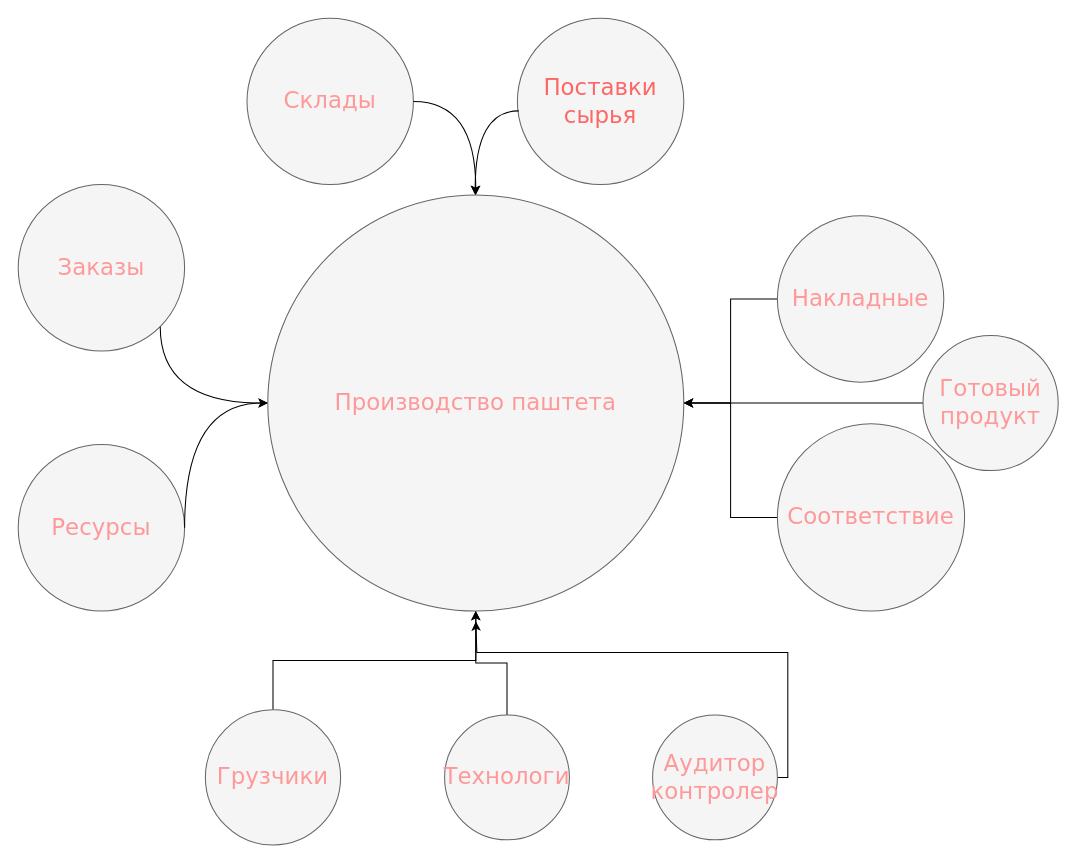
The draw.io diagram Диаграмма без названия.drawio in Yankeegohome/Project, before the edit. Source tidied: cells renumbered, new cells numbered last; positions are measured from the earlier drawing's top-left corner, leaving out a move shared by most shapes. Both pictures are drawn from the tidied source at 104%, with x=0, y=0 at pixel (18, 18).
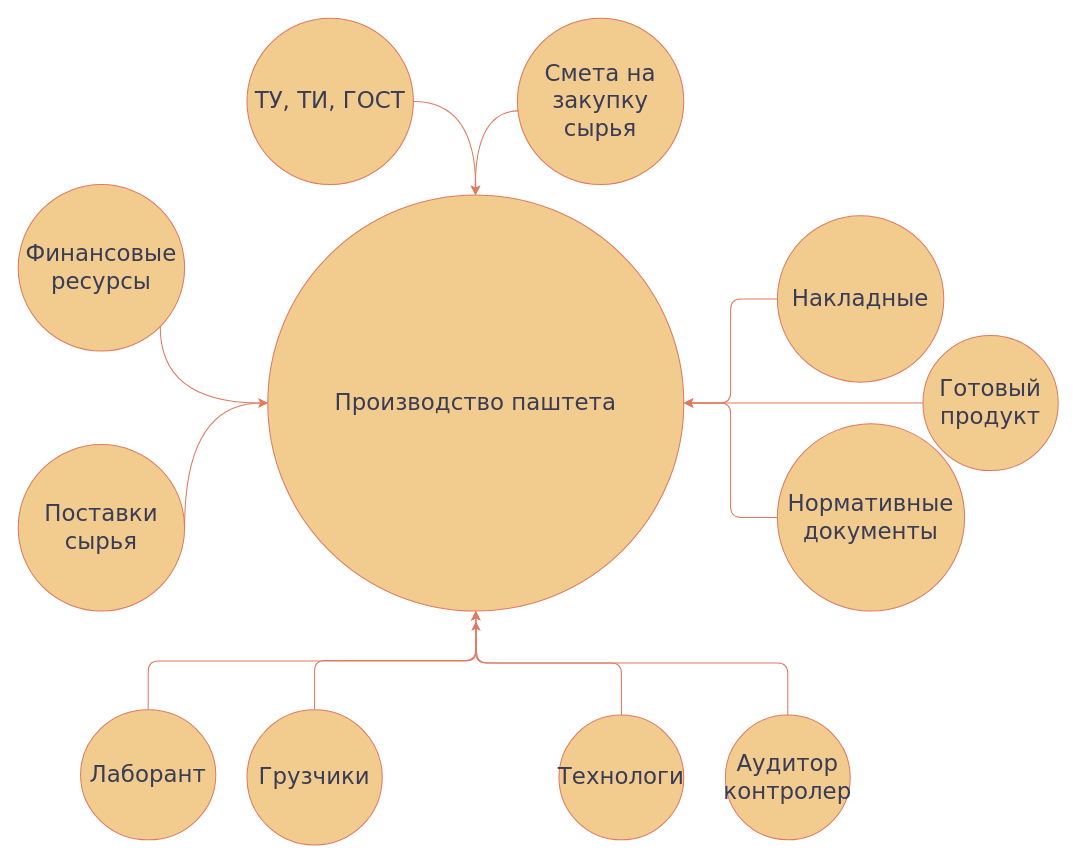
After the change.

What changed in the source:
```diff
@@
-    <mxCell id="2" value="Производство паштета" style="ellipse;whiteSpace=wrap;html=1;rounded=0;shadow=0;dashed=0;comic=0;fontFamily=Verdana;fontSize=22;fontColor=#FF9999;fillColor=#f5f5f5;strokeColor=#666666;" parent="1" vertex="1">
+    <mxCell id="2" value="Производство паштета" style="ellipse;whiteSpace=wrap;html=1;rounded=1;shadow=0;dashed=0;comic=0;fontFamily=Verdana;fontSize=22;fontColor=#393C56;fillColor=#F2CC8F;strokeColor=#E07A5F;labelBackgroundColor=none;" parent="1" vertex="1">
       <mxGeometry x="240" y="170" width="400" height="400" as="geometry" />
     </mxCell>
-    <mxCell id="3" value="Поставки сырья" style="ellipse;whiteSpace=wrap;html=1;rounded=0;shadow=0;dashed=0;comic=0;fontFamily=Verdana;fontSize=22;fontColor=#FF6666;fillColor=#f5f5f5;strokeColor=#666666;" parent="1" vertex="1">
+    <mxCell id="3" value="Смета на закупку сырья" style="ellipse;whiteSpace=wrap;html=1;rounded=1;shadow=0;dashed=0;comic=0;fontFamily=Verdana;fontSize=22;fontColor=#393C56;fillColor=#F2CC8F;strokeColor=#E07A5F;labelBackgroundColor=none;" parent="1" vertex="1">
       <mxGeometry x="480" width="160" height="160" as="geometry" />
     </mxCell>
-    <mxCell id="4" style="edgeStyle=orthogonalEdgeStyle;rounded=0;jettySize=auto;html=1;" parent="1" edge="1" source="5">
+    <mxCell id="4" style="edgeStyle=orthogonalEdgeStyle;rounded=1;jettySize=auto;html=1;labelBackgroundColor=none;strokeColor=#E07A5F;fontColor=default;" parent="1" edge="1" source="5">
       <mxGeometry relative="1" as="geometry">
         <mxPoint x="440" y="580" as="targetPoint" />
         <Array as="points">
-          <mxPoint x="740" y="610" />
-          <mxPoint x="441" y="610" />
+          <mxPoint x="740" y="730" />
+          <mxPoint x="740" y="620" />
+          <mxPoint x="441" y="620" />
           <mxPoint x="441" y="580" />
         </Array>
       </mxGeometry>
     </mxCell>
-    <mxCell id="5" value="Аудитор контролер" style="ellipse;whiteSpace=wrap;html=1;rounded=0;shadow=0;dashed=0;comic=0;fontFamily=Verdana;fontSize=22;fontColor=#FF9999;fillColor=#f5f5f5;strokeColor=#666666;" parent="1" vertex="1">
-      <mxGeometry x="610" y="670" width="120" height="120" as="geometry" />
+    <mxCell id="5" value="Аудитор контролер" style="ellipse;whiteSpace=wrap;html=1;rounded=1;shadow=0;dashed=0;comic=0;fontFamily=Verdana;fontSize=22;fontColor=#393C56;fillColor=#F2CC8F;strokeColor=#E07A5F;labelBackgroundColor=none;" parent="1" vertex="1">
+      <mxGeometry x="680" y="670" width="120" height="120" as="geometry" />
     </mxCell>
-    <mxCell id="6" style="edgeStyle=orthogonalEdgeStyle;rounded=0;jettySize=auto;html=1;" parent="1" edge="1" source="7" target="2">
+    <mxCell id="6" style="edgeStyle=orthogonalEdgeStyle;rounded=1;jettySize=auto;html=1;labelBackgroundColor=none;strokeColor=#E07A5F;fontColor=default;" parent="1" edge="1" source="7" target="2">
       <mxGeometry relative="1" as="geometry" />
     </mxCell>
-    <mxCell id="7" value="Накладные" style="ellipse;whiteSpace=wrap;html=1;rounded=0;shadow=0;dashed=0;comic=0;fontFamily=Verdana;fontSize=22;fontColor=#FF9999;fillColor=#f5f5f5;strokeColor=#666666;" parent="1" vertex="1">
+    <mxCell id="7" value="Накладные" style="ellipse;whiteSpace=wrap;html=1;rounded=1;shadow=0;dashed=0;comic=0;fontFamily=Verdana;fontSize=22;fontColor=#393C56;fillColor=#F2CC8F;strokeColor=#E07A5F;labelBackgroundColor=none;" parent="1" vertex="1">
       <mxGeometry x="730" y="190" width="160" height="160" as="geometry" />
     </mxCell>
-    <mxCell id="8" value="Ресурсы" style="ellipse;whiteSpace=wrap;html=1;rounded=0;shadow=0;dashed=0;comic=0;fontFamily=Verdana;fontSize=22;fontColor=#FF9999;fillColor=#f5f5f5;strokeColor=#666666;" parent="1" vertex="1">
+    <mxCell id="8" value="Поставки сырья" style="ellipse;whiteSpace=wrap;html=1;rounded=1;shadow=0;dashed=0;comic=0;fontFamily=Verdana;fontSize=22;fontColor=#393C56;fillColor=#F2CC8F;strokeColor=#E07A5F;labelBackgroundColor=none;" parent="1" vertex="1">
       <mxGeometry y="410" width="160" height="160" as="geometry" />
     </mxCell>
-    <mxCell id="9" value="Заказы" style="ellipse;whiteSpace=wrap;html=1;rounded=0;shadow=0;dashed=0;comic=0;fontFamily=Verdana;fontSize=22;fontColor=#FF9999;fillColor=#f5f5f5;strokeColor=#666666;" parent="1" vertex="1">
+    <mxCell id="9" value="Финансовые ресурсы" style="ellipse;whiteSpace=wrap;html=1;rounded=1;shadow=0;dashed=0;comic=0;fontFamily=Verdana;fontSize=22;fontColor=#393C56;fillColor=#F2CC8F;strokeColor=#E07A5F;labelBackgroundColor=none;" parent="1" vertex="1">
       <mxGeometry y="160" width="160" height="160" as="geometry" />
     </mxCell>
-    <mxCell id="10" style="edgeStyle=orthogonalEdgeStyle;rounded=0;jettySize=auto;html=1;" parent="1" edge="1" source="11" target="2">
+    <mxCell id="10" style="edgeStyle=orthogonalEdgeStyle;rounded=1;jettySize=auto;html=1;labelBackgroundColor=none;strokeColor=#E07A5F;fontColor=default;" parent="1" edge="1" source="11" target="2">
       <mxGeometry relative="1" as="geometry" />
     </mxCell>
-    <mxCell id="11" value="Соответствие" style="ellipse;whiteSpace=wrap;html=1;rounded=0;shadow=0;dashed=0;comic=0;fontFamily=Verdana;fontSize=22;fontColor=#FF9999;fillColor=#f5f5f5;strokeColor=#666666;" parent="1" vertex="1">
+    <mxCell id="11" value="Нормативные документы" style="ellipse;whiteSpace=wrap;html=1;rounded=1;shadow=0;dashed=0;comic=0;fontFamily=Verdana;fontSize=22;fontColor=#393C56;fillColor=#F2CC8F;strokeColor=#E07A5F;labelBackgroundColor=none;" parent="1" vertex="1">
       <mxGeometry x="730" y="390" width="180" height="180" as="geometry" />
     </mxCell>
-    <mxCell id="12" style="edgeStyle=orthogonalEdgeStyle;rounded=0;jettySize=auto;html=1;exitX=0.5;exitY=0;exitDx=0;exitDy=0;entryX=0.5;entryY=1;entryDx=0;entryDy=0;" parent="1" edge="1" source="13" target="2">
+    <mxCell id="12" style="edgeStyle=orthogonalEdgeStyle;rounded=1;jettySize=auto;html=1;exitX=0.5;exitY=0;exitDx=0;exitDy=0;entryX=0.5;entryY=1;entryDx=0;entryDy=0;labelBackgroundColor=none;strokeColor=#E07A5F;fontColor=default;" parent="1" edge="1" source="13" target="2">
       <mxGeometry relative="1" as="geometry" />
     </mxCell>
-    <mxCell id="13" value="Технологи" style="ellipse;whiteSpace=wrap;html=1;rounded=0;shadow=0;dashed=0;comic=0;fontFamily=Verdana;fontSize=22;fontColor=#FF9999;fillColor=#f5f5f5;strokeColor=#666666;" parent="1" vertex="1">
-      <mxGeometry x="410" y="670" width="120" height="120" as="geometry" />
+    <mxCell id="13" value="Технологи" style="ellipse;whiteSpace=wrap;html=1;rounded=1;shadow=0;dashed=0;comic=0;fontFamily=Verdana;fontSize=22;fontColor=#393C56;fillColor=#F2CC8F;strokeColor=#E07A5F;labelBackgroundColor=none;" parent="1" vertex="1">
+      <mxGeometry x="520" y="670" width="120" height="120" as="geometry" />
     </mxCell>
-    <mxCell id="14" style="edgeStyle=orthogonalEdgeStyle;rounded=0;jettySize=auto;html=1;" parent="1" edge="1" source="15" target="2">
+    <mxCell id="14" style="edgeStyle=orthogonalEdgeStyle;rounded=1;jettySize=auto;html=1;labelBackgroundColor=none;strokeColor=#E07A5F;fontColor=default;" parent="1" edge="1" source="15" target="2">
       <mxGeometry relative="1" as="geometry" />
     </mxCell>
-    <mxCell id="15" value="Грузчики" style="ellipse;whiteSpace=wrap;html=1;rounded=0;shadow=0;dashed=0;comic=0;fontFamily=Verdana;fontSize=22;fontColor=#FF9999;fillColor=#f5f5f5;strokeColor=#666666;" parent="1" vertex="1">
-      <mxGeometry x="180" y="665" width="130" height="130" as="geometry" />
+    <mxCell id="15" value="Грузчики" style="ellipse;whiteSpace=wrap;html=1;rounded=1;shadow=0;dashed=0;comic=0;fontFamily=Verdana;fontSize=22;fontColor=#393C56;fillColor=#F2CC8F;strokeColor=#E07A5F;labelBackgroundColor=none;" parent="1" vertex="1">
+      <mxGeometry x="220" y="665" width="130" height="130" as="geometry" />
     </mxCell>
-    <mxCell id="16" value="Склады" style="ellipse;whiteSpace=wrap;html=1;rounded=0;shadow=0;dashed=0;comic=0;fontFamily=Verdana;fontSize=22;fontColor=#FF9999;fillColor=#f5f5f5;strokeColor=#666666;" parent="1" vertex="1">
+    <mxCell id="16" value="ТУ, ТИ, ГОСТ" style="ellipse;whiteSpace=wrap;html=1;rounded=1;shadow=0;dashed=0;comic=0;fontFamily=Verdana;fontSize=22;fontColor=#393C56;fillColor=#F2CC8F;strokeColor=#E07A5F;labelBackgroundColor=none;" parent="1" vertex="1">
       <mxGeometry x="220" width="160" height="160" as="geometry" />
     </mxCell>
-    <mxCell id="17" style="curved=1;endArrow=classic;html=1;rounded=0;edgeStyle=orthogonalEdgeStyle;exitX=1;exitY=1;exitDx=0;exitDy=0;entryX=0;entryY=0.5;entryDx=0;entryDy=0;" parent="1" edge="1" source="9" target="2">
+    <mxCell id="17" style="curved=1;endArrow=classic;html=1;rounded=1;edgeStyle=orthogonalEdgeStyle;exitX=1;exitY=1;exitDx=0;exitDy=0;entryX=0;entryY=0.5;entryDx=0;entryDy=0;labelBackgroundColor=none;strokeColor=#E07A5F;fontColor=default;" parent="1" edge="1" source="9" target="2">
       <mxGeometry relative="1" as="geometry">
         <Array as="points">
           <mxPoint x="137" y="370" />
         </Array>
       </mxGeometry>
     </mxCell>
-    <mxCell id="18" style="curved=1;endArrow=classic;html=1;rounded=0;edgeStyle=orthogonalEdgeStyle;exitX=1;exitY=0.5;exitDx=0;exitDy=0;" parent="1" edge="1" source="8" target="2">
+    <mxCell id="18" style="curved=1;endArrow=classic;html=1;rounded=1;edgeStyle=orthogonalEdgeStyle;exitX=1;exitY=0.5;exitDx=0;exitDy=0;labelBackgroundColor=none;strokeColor=#E07A5F;fontColor=default;" parent="1" edge="1" source="8" target="2">
       <mxGeometry relative="1" as="geometry">
         <Array as="points">
           <mxPoint x="160" y="370" />
         </Array>
       </mxGeometry>
     </mxCell>
-    <mxCell id="19" style="curved=1;endArrow=classic;html=1;rounded=0;edgeStyle=orthogonalEdgeStyle;entryX=0.5;entryY=0;entryDx=0;entryDy=0;" parent="1" edge="1" target="2">
+    <mxCell id="19" style="curved=1;endArrow=classic;html=1;rounded=1;edgeStyle=orthogonalEdgeStyle;entryX=0.5;entryY=0;entryDx=0;entryDy=0;labelBackgroundColor=none;strokeColor=#E07A5F;fontColor=default;" parent="1" edge="1" target="2">
       <mxGeometry relative="1" as="geometry">
         <mxPoint x="380" y="80" as="sourcePoint" />
         <Array as="points">
           <mxPoint x="440" y="80" />
         </Array>
       </mxGeometry>
     </mxCell>
-    <mxCell id="20" style="curved=1;endArrow=classic;html=1;rounded=0;edgeStyle=orthogonalEdgeStyle;exitX=0.008;exitY=0.557;exitDx=0;exitDy=0;exitPerimeter=0;" parent="1" edge="1" source="3">
+    <mxCell id="20" style="curved=1;endArrow=classic;html=1;rounded=1;edgeStyle=orthogonalEdgeStyle;exitX=0.008;exitY=0.557;exitDx=0;exitDy=0;exitPerimeter=0;labelBackgroundColor=none;strokeColor=#E07A5F;fontColor=default;" parent="1" edge="1" source="3">
       <mxGeometry relative="1" as="geometry">
         <mxPoint x="439.4" y="170" as="targetPoint" />
         <Array as="points">
           <mxPoint x="439" y="89" />
         </Array>
       </mxGeometry>
     </mxCell>
-    <mxCell id="21" style="edgeStyle=orthogonalEdgeStyle;rounded=0;jettySize=auto;html=1;entryX=1;entryY=0.5;entryDx=0;entryDy=0;" parent="1" edge="1" source="22" target="2">
+    <mxCell id="21" style="edgeStyle=orthogonalEdgeStyle;rounded=1;jettySize=auto;html=1;entryX=1;entryY=0.5;entryDx=0;entryDy=0;labelBackgroundColor=none;strokeColor=#E07A5F;fontColor=default;" parent="1" edge="1" source="22" target="2">
       <mxGeometry relative="1" as="geometry" />
     </mxCell>
-    <mxCell id="22" value="Готовый продукт" style="ellipse;whiteSpace=wrap;html=1;rounded=0;shadow=0;dashed=0;comic=0;fontFamily=Verdana;fontSize=22;fontColor=#FF9999;fillColor=#f5f5f5;strokeColor=#666666;" parent="1" vertex="1">
+    <mxCell id="22" value="Готовый продукт" style="ellipse;whiteSpace=wrap;html=1;rounded=1;shadow=0;dashed=0;comic=0;fontFamily=Verdana;fontSize=22;fontColor=#393C56;fillColor=#F2CC8F;strokeColor=#E07A5F;labelBackgroundColor=none;" parent="1" vertex="1">
       <mxGeometry x="870" y="305" width="130" height="130" as="geometry" />
     </mxCell>
+    <mxCell id="23" style="edgeStyle=orthogonalEdgeStyle;rounded=1;jettySize=auto;html=1;exitX=0.5;exitY=0;exitDx=0;exitDy=0;strokeColor=#E07A5F;fontColor=#393C56;fillColor=#F2CC8F;" parent="1" edge="1" source="24">
+      <mxGeometry relative="1" as="geometry">
+        <mxPoint x="440" y="570" as="targetPoint" />
+      </mxGeometry>
+    </mxCell>
+    <mxCell id="24" value="Лаборант" style="ellipse;whiteSpace=wrap;html=1;rounded=1;shadow=0;dashed=0;comic=0;fontFamily=Verdana;fontSize=22;fontColor=#393C56;fillColor=#F2CC8F;strokeColor=#E07A5F;labelBackgroundColor=none;" parent="1" vertex="1">
+      <mxGeometry x="60" y="665" width="130" height="125" as="geometry" />
+    </mxCell>
```
